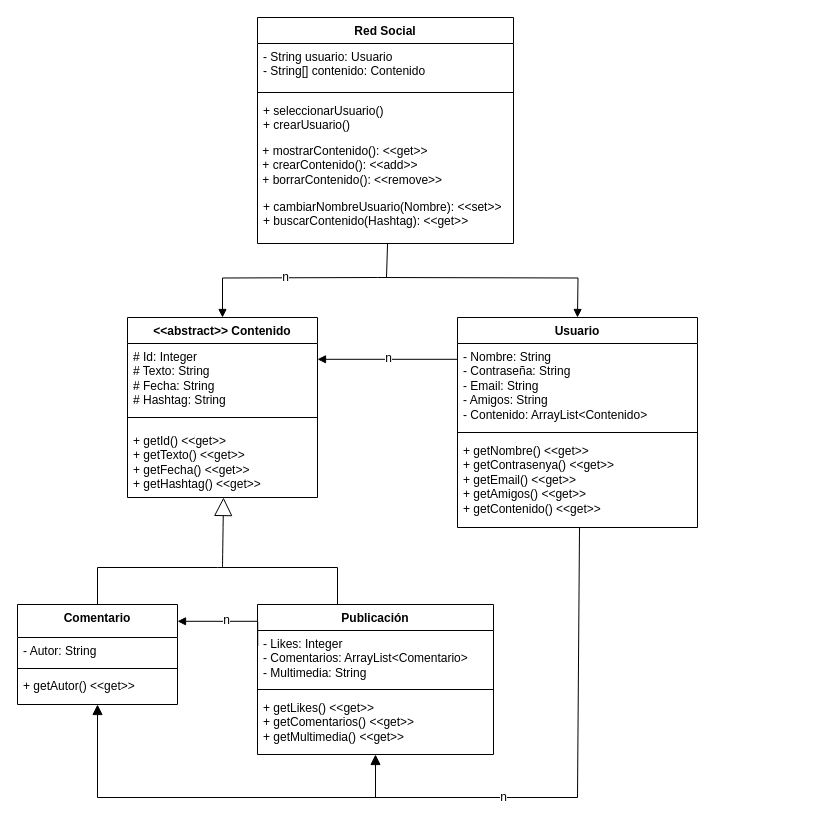
The draw.io diagram diag/dc.drawio in Kore29/Program-Whale, before the edit. Source tidied: cells renumbered, new cells numbered last; positions are measured from the earlier drawing's top-left corner, leaving out a move shared by most shapes. Both pictures are drawn from the tidied source at 100%, with x=0, y=0 at pixel (17, 17).
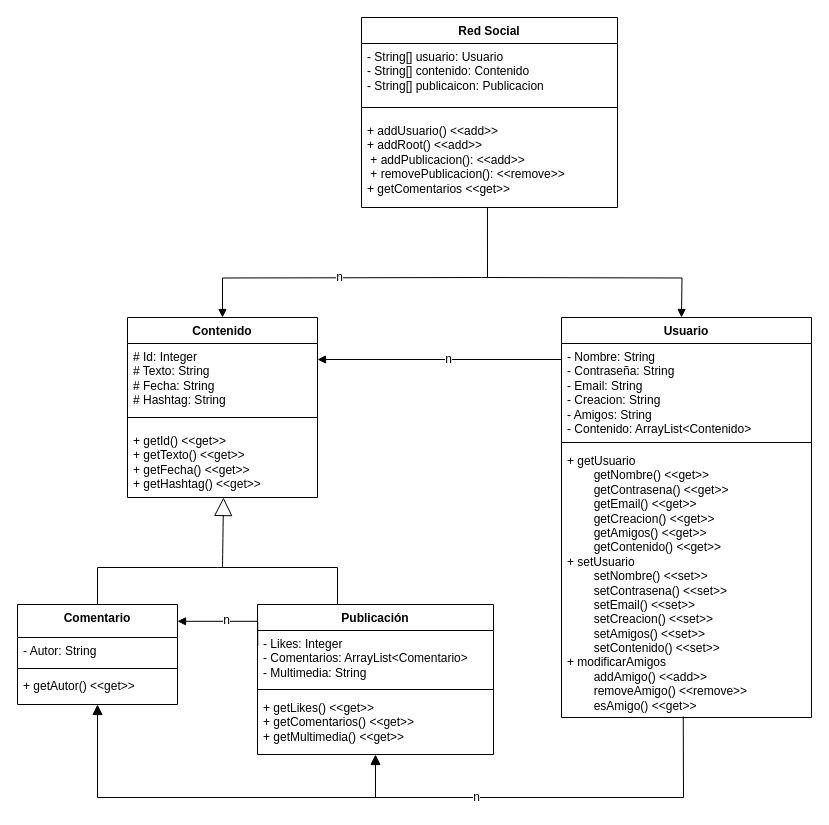
Above is the later version.

The change refers to these unchanged cells:
```xml
<mxCell id="25" value="Publicación" style="swimlane;fontStyle=1;align=center;verticalAlign=top;horizontal=1;startSize=26;whiteSpace=wrap;html=1;" parent="1" vertex="1">
  <mxGeometry x="240" y="587" width="236" height="150" as="geometry" />
</mxCell>
```

Change to the diagram source:
```diff
@@
-    <mxCell id="2" value="&lt;div&gt;&amp;lt;&amp;lt;abstract&amp;gt;&amp;gt; Contenido&lt;/div&gt;&lt;div&gt;&lt;br&gt;&lt;/div&gt;" style="swimlane;fontStyle=1;align=center;verticalAlign=top;horizontal=1;startSize=26;whiteSpace=wrap;html=1;" parent="1" vertex="1">
+    <mxCell id="2" value="&lt;div&gt;Contenido&lt;/div&gt;" style="swimlane;fontStyle=1;align=center;verticalAlign=top;horizontal=1;startSize=26;whiteSpace=wrap;html=1;" parent="1" vertex="1">
       <mxGeometry x="110" y="300" width="190" height="180" as="geometry" />
     </mxCell>
@@
     <mxCell id="6" value="Red Social" style="swimlane;fontStyle=1;align=center;verticalAlign=top;horizontal=1;startSize=26;whiteSpace=wrap;html=1;" parent="1" vertex="1">
-      <mxGeometry x="240" width="256" height="226" as="geometry" />
+      <mxGeometry x="344" width="256" height="190" as="geometry" />
     </mxCell>
-    <mxCell id="7" value="&lt;div&gt;- String usuario: Usuario&lt;/div&gt;&lt;div&gt;- String[] contenido: Contenido&lt;/div&gt;" style="text;align=left;verticalAlign=top;spacingLeft=4;spacingRight=4;overflow=hidden;whiteSpace=wrap;html=1;" parent="6" vertex="1">
-      <mxGeometry y="26" width="256" height="44" as="geometry" />
+    <mxCell id="7" value="&lt;div&gt;- String[] usuario: Usuario&lt;/div&gt;&lt;div&gt;- String[] contenido: Contenido&lt;/div&gt;&lt;div&gt;- String[] publicaicon: Publicacion&lt;/div&gt;" style="text;align=left;verticalAlign=top;spacingLeft=4;spacingRight=4;overflow=hidden;whiteSpace=wrap;html=1;" parent="6" vertex="1">
+      <mxGeometry y="26" width="256" height="54" as="geometry" />
     </mxCell>
     <mxCell id="8" style="line;strokeWidth=1;fillColor=none;align=left;verticalAlign=middle;spacingTop=-1;spacingLeft=3;spacingRight=3;labelPosition=right;strokeColor=inherit;" parent="6" vertex="1">
-      <mxGeometry y="70" width="256" height="10" as="geometry" />
+      <mxGeometry y="80" width="256" height="20" as="geometry" />
     </mxCell>
-    <mxCell id="9" value="&lt;div&gt;+ seleccionarUsuario()&lt;/div&gt;&lt;div&gt;+ crearUsuario()&lt;/div&gt;" style="text;align=left;verticalAlign=top;spacingLeft=4;spacingRight=4;overflow=hidden;points=[[0,0.5],[1,0.5]];portConstraint=eastwest;whiteSpace=wrap;html=1;" parent="6" vertex="1">
-      <mxGeometry y="80" width="256" height="40" as="geometry" />
+    <mxCell id="9" value="&lt;div&gt;+ addUsuario()&amp;nbsp;&lt;span style=&quot;background-color: transparent; color: light-dark(rgb(0, 0, 0), rgb(255, 255, 255));&quot;&gt;&amp;lt;&amp;lt;add&amp;gt;&amp;gt;&lt;/span&gt;&lt;/div&gt;&lt;div&gt;+ addRoot()&amp;nbsp;&lt;span style=&quot;background-color: transparent; color: light-dark(rgb(0, 0, 0), rgb(255, 255, 255));&quot;&gt;&amp;lt;&amp;lt;add&amp;gt;&amp;gt;&lt;/span&gt;&lt;/div&gt;&lt;div&gt;&amp;nbsp;+ addPublicacion(): &amp;lt;&amp;lt;add&amp;gt;&amp;gt;&lt;br style=&quot;padding: 0px; margin: 0px;&quot;&gt;&amp;nbsp;+ removePublicacion(): &amp;lt;&amp;lt;remove&amp;gt;&amp;gt;&lt;/div&gt;&lt;div&gt;+ getComentarios &amp;lt;&amp;lt;get&amp;gt;&amp;gt;&lt;/div&gt;" style="text;align=left;verticalAlign=top;spacingLeft=4;spacingRight=4;overflow=hidden;points=[[0,0.5],[1,0.5]];portConstraint=eastwest;whiteSpace=wrap;html=1;" parent="6" vertex="1">
+      <mxGeometry y="100" width="256" height="90" as="geometry" />
     </mxCell>
-    <mxCell id="10" value=" + mostrarContenido(): &lt;&lt;get&gt;&gt;&#10; + crearContenido(): &lt;&lt;add&gt;&gt;&#10; + borrarContenido(): &lt;&lt;remove&gt;&gt;" style="text;whiteSpace=wrap;fillColor=none;fontColor=default;" parent="6" vertex="1">
-      <mxGeometry y="120" width="256" height="56" as="geometry" />
-    </mxCell>
-    <mxCell id="11" value="&lt;div&gt;&lt;span style=&quot;background-color: transparent; color: light-dark(rgb(0, 0, 0), rgb(255, 255, 255));&quot;&gt;+ cambiarNombreUsuario(Nombre): &amp;lt;&amp;lt;set&amp;gt;&amp;gt;&lt;/span&gt;&lt;/div&gt;&lt;div&gt;+ buscarContenido(Hashtag): &amp;lt;&amp;lt;get&amp;gt;&amp;gt;&lt;/div&gt;" style="text;align=left;verticalAlign=top;spacingLeft=4;spacingRight=4;overflow=hidden;points=[[0,0.5],[1,0.5]];portConstraint=eastwest;whiteSpace=wrap;html=1;" parent="6" vertex="1">
-      <mxGeometry y="176" width="256" height="50" as="geometry" />
-    </mxCell>
     <mxCell id="12" value="Usuario" style="swimlane;fontStyle=1;align=center;verticalAlign=top;horizontal=1;startSize=26;whiteSpace=wrap;html=1;" parent="1" vertex="1">
-      <mxGeometry x="440" y="300" width="240" height="210" as="geometry" />
+      <mxGeometry x="544" y="300" width="250" height="400" as="geometry" />
     </mxCell>
-    <mxCell id="13" value="&lt;div&gt;- Nombre: String&lt;/div&gt;&lt;div&gt;- Contraseña: String&lt;/div&gt;&lt;div&gt;- Email: String&lt;/div&gt;&lt;div&gt;- Amigos: String&lt;/div&gt;&lt;div&gt;- Contenido: ArrayList&amp;lt;&lt;span style=&quot;background-color: transparent; color: light-dark(rgb(0, 0, 0), rgb(255, 255, 255));&quot;&gt;Contenido&lt;/span&gt;&lt;span style=&quot;background-color: transparent; color: light-dark(rgb(0, 0, 0), rgb(255, 255, 255));&quot;&gt;&amp;gt;&amp;nbsp;&lt;/span&gt;&lt;/div&gt;&lt;div&gt;&lt;br&gt;&lt;/div&gt;" style="text;strokeColor=none;fillColor=none;align=left;verticalAlign=top;spacingLeft=4;spacingRight=4;overflow=hidden;whiteSpace=wrap;html=1;" parent="12" vertex="1">
-      <mxGeometry y="26" width="240" height="84" as="geometry" />
+    <mxCell id="13" value="&lt;div&gt;- Nombre: String&lt;/div&gt;&lt;div&gt;- Contraseña: String&lt;/div&gt;&lt;div&gt;- Email: String&lt;/div&gt;&lt;div&gt;- Creacion: String&lt;/div&gt;&lt;div&gt;- Amigos: String&lt;/div&gt;&lt;div&gt;- Contenido: ArrayList&amp;lt;&lt;span style=&quot;background-color: transparent; color: light-dark(rgb(0, 0, 0), rgb(255, 255, 255));&quot;&gt;Contenido&lt;/span&gt;&lt;span style=&quot;background-color: transparent; color: light-dark(rgb(0, 0, 0), rgb(255, 255, 255));&quot;&gt;&amp;gt;&amp;nbsp;&lt;/span&gt;&lt;/div&gt;&lt;div&gt;&lt;br&gt;&lt;/div&gt;" style="text;strokeColor=none;fillColor=none;align=left;verticalAlign=top;spacingLeft=4;spacingRight=4;overflow=hidden;whiteSpace=wrap;html=1;" parent="12" vertex="1">
+      <mxGeometry y="26" width="250" height="94" as="geometry" />
     </mxCell>
     <mxCell id="14" style="line;strokeWidth=1;fillColor=none;align=left;verticalAlign=middle;spacingTop=-1;spacingLeft=3;spacingRight=3;labelPosition=right;strokeColor=inherit;" parent="12" vertex="1">
-      <mxGeometry y="110" width="240" height="10" as="geometry" />
+      <mxGeometry y="120" width="250" height="10" as="geometry" />
     </mxCell>
-    <mxCell id="15" value="&lt;div&gt;+ getNombre()&amp;nbsp;&lt;span style=&quot;background-color: transparent; color: light-dark(rgb(0, 0, 0), rgb(255, 255, 255));&quot;&gt;&amp;lt;&amp;lt;get&amp;gt;&amp;gt;&lt;/span&gt;&lt;/div&gt;&lt;div&gt;+ getContrasenya()&amp;nbsp;&lt;span style=&quot;background-color: transparent; color: light-dark(rgb(0, 0, 0), rgb(255, 255, 255));&quot;&gt;&amp;lt;&amp;lt;get&amp;gt;&amp;gt;&lt;/span&gt;&lt;/div&gt;&lt;div&gt;+ getEmail()&amp;nbsp;&lt;span style=&quot;background-color: transparent; color: light-dark(rgb(0, 0, 0), rgb(255, 255, 255));&quot;&gt;&amp;lt;&amp;lt;get&amp;gt;&amp;gt;&lt;/span&gt;&lt;/div&gt;&lt;div&gt;+ getAmigos()&amp;nbsp;&lt;span style=&quot;background-color: transparent; color: light-dark(rgb(0, 0, 0), rgb(255, 255, 255));&quot;&gt;&amp;lt;&amp;lt;get&amp;gt;&amp;gt;&lt;/span&gt;&lt;/div&gt;&lt;div&gt;+ getContenido()&amp;nbsp;&lt;span style=&quot;background-color: transparent; color: light-dark(rgb(0, 0, 0), rgb(255, 255, 255));&quot;&gt;&amp;lt;&amp;lt;get&amp;gt;&amp;gt;&lt;/span&gt;&lt;/div&gt;" style="text;strokeColor=none;fillColor=none;align=left;verticalAlign=top;spacingLeft=4;spacingRight=4;overflow=hidden;points=[[0,0.5],[1,0.5]];portConstraint=eastwest;whiteSpace=wrap;html=1;" parent="12" vertex="1">
-      <mxGeometry y="120" width="240" height="90" as="geometry" />
+    <mxCell id="15" value="&lt;div&gt;+ getUsuario&lt;/div&gt;&lt;div&gt;&lt;span style=&quot;white-space: pre;&quot;&gt;&#9;&lt;/span&gt;&lt;span style=&quot;background-color: transparent;&quot;&gt;getNombre()&amp;nbsp;&lt;/span&gt;&lt;span style=&quot;background-color: transparent; color: light-dark(rgb(0, 0, 0), rgb(255, 255, 255));&quot;&gt;&amp;lt;&amp;lt;get&amp;gt;&amp;gt;&lt;/span&gt;&lt;br&gt;&lt;/div&gt;&lt;div&gt;&lt;span style=&quot;background-color: transparent;&quot;&gt;&lt;span style=&quot;white-space: pre;&quot;&gt;&#9;&lt;/span&gt;&lt;/span&gt;&lt;span style=&quot;background-color: transparent;&quot;&gt;getContrasena()&amp;nbsp;&lt;/span&gt;&lt;span style=&quot;background-color: transparent; color: light-dark(rgb(0, 0, 0), rgb(255, 255, 255));&quot;&gt;&amp;lt;&amp;lt;get&amp;gt;&amp;gt;&lt;/span&gt;&lt;/div&gt;&lt;div&gt;&lt;span style=&quot;background-color: transparent; color: light-dark(rgb(0, 0, 0), rgb(255, 255, 255));&quot;&gt;&lt;span style=&quot;white-space: pre;&quot;&gt;&#9;&lt;/span&gt;getEmail()&amp;nbsp;&lt;/span&gt;&lt;span style=&quot;background-color: transparent; color: light-dark(rgb(0, 0, 0), rgb(255, 255, 255));&quot;&gt;&amp;lt;&amp;lt;get&amp;gt;&amp;gt;&lt;/span&gt;&lt;/div&gt;&lt;div&gt;&lt;span style=&quot;background-color: transparent; color: light-dark(rgb(0, 0, 0), rgb(255, 255, 255));&quot;&gt;&lt;span style=&quot;white-space: pre;&quot;&gt;&#9;&lt;/span&gt;getCreacion()&amp;nbsp;&lt;/span&gt;&lt;span style=&quot;background-color: transparent; color: light-dark(rgb(0, 0, 0), rgb(255, 255, 255));&quot;&gt;&amp;lt;&amp;lt;get&amp;gt;&amp;gt;&lt;/span&gt;&lt;/div&gt;&lt;div&gt;&lt;span style=&quot;background-color: transparent; color: light-dark(rgb(0, 0, 0), rgb(255, 255, 255));&quot;&gt;&lt;span style=&quot;white-space: pre;&quot;&gt;&#9;&lt;/span&gt;getAmigos()&amp;nbsp;&lt;/span&gt;&lt;span style=&quot;background-color: transparent; color: light-dark(rgb(0, 0, 0), rgb(255, 255, 255));&quot;&gt;&amp;lt;&amp;lt;get&amp;gt;&amp;gt;&lt;/span&gt;&lt;/div&gt;&lt;div&gt;&lt;span style=&quot;background-color: transparent; color: light-dark(rgb(0, 0, 0), rgb(255, 255, 255));&quot;&gt;&lt;span style=&quot;white-space: pre;&quot;&gt;&#9;&lt;/span&gt;getContenido()&amp;nbsp;&lt;/span&gt;&lt;span style=&quot;background-color: transparent; color: light-dark(rgb(0, 0, 0), rgb(255, 255, 255));&quot;&gt;&amp;lt;&amp;lt;get&amp;gt;&amp;gt;&lt;/span&gt;&lt;/div&gt;&lt;div&gt;+ setUsuario&lt;/div&gt;&lt;div&gt;&lt;div&gt;&lt;span style=&quot;background-color: transparent;&quot;&gt;&lt;span style=&quot;white-space: pre;&quot;&gt;&#9;&lt;/span&gt;setNombre()&amp;nbsp;&lt;/span&gt;&lt;span style=&quot;background-color: transparent; color: light-dark(rgb(0, 0, 0), rgb(255, 255, 255));&quot;&gt;&amp;lt;&amp;lt;set&amp;gt;&amp;gt;&lt;/span&gt;&lt;br&gt;&lt;/div&gt;&lt;div&gt;&lt;span style=&quot;background-color: transparent;&quot;&gt;&lt;span style=&quot;white-space: pre;&quot;&gt;&#9;&lt;/span&gt;s&lt;/span&gt;&lt;span style=&quot;background-color: transparent;&quot;&gt;etContrasena()&amp;nbsp;&lt;/span&gt;&lt;span style=&quot;background-color: transparent; color: light-dark(rgb(0, 0, 0), rgb(255, 255, 255));&quot;&gt;&amp;lt;&amp;lt;set&amp;gt;&amp;gt;&lt;/span&gt;&lt;/div&gt;&lt;div&gt;&lt;span style=&quot;background-color: transparent; color: light-dark(rgb(0, 0, 0), rgb(255, 255, 255));&quot;&gt;&lt;span style=&quot;white-space: pre;&quot;&gt;&#9;&lt;/span&gt;setEmail()&amp;nbsp;&lt;/span&gt;&lt;span style=&quot;background-color: transparent; color: light-dark(rgb(0, 0, 0), rgb(255, 255, 255));&quot;&gt;&amp;lt;&amp;lt;set&amp;gt;&amp;gt;&lt;/span&gt;&lt;/div&gt;&lt;div&gt;&lt;span style=&quot;background-color: transparent; color: light-dark(rgb(0, 0, 0), rgb(255, 255, 255));&quot;&gt;&lt;span style=&quot;white-space: pre;&quot;&gt;&#9;&lt;/span&gt;setCreacion()&amp;nbsp;&lt;/span&gt;&lt;span style=&quot;background-color: transparent; color: light-dark(rgb(0, 0, 0), rgb(255, 255, 255));&quot;&gt;&amp;lt;&amp;lt;set&amp;gt;&amp;gt;&lt;/span&gt;&lt;/div&gt;&lt;div&gt;&lt;span style=&quot;background-color: transparent; color: light-dark(rgb(0, 0, 0), rgb(255, 255, 255));&quot;&gt;&lt;span style=&quot;white-space: pre;&quot;&gt;&#9;&lt;/span&gt;setAmigos()&amp;nbsp;&lt;/span&gt;&lt;span style=&quot;background-color: transparent; color: light-dark(rgb(0, 0, 0), rgb(255, 255, 255));&quot;&gt;&amp;lt;&amp;lt;set&amp;gt;&amp;gt;&lt;/span&gt;&lt;/div&gt;&lt;div&gt;&lt;span style=&quot;background-color: transparent; color: light-dark(rgb(0, 0, 0), rgb(255, 255, 255));&quot;&gt;&lt;span style=&quot;white-space: pre;&quot;&gt;&#9;&lt;/span&gt;setContenido()&amp;nbsp;&lt;/span&gt;&lt;span style=&quot;background-color: transparent; color: light-dark(rgb(0, 0, 0), rgb(255, 255, 255));&quot;&gt;&amp;lt;&amp;lt;set&amp;gt;&amp;gt;&lt;/span&gt;&lt;/div&gt;&lt;/div&gt;&lt;div&gt;+ modificarAmigos&amp;nbsp;&lt;/div&gt;&lt;div&gt;&lt;span style=&quot;white-space: pre;&quot;&gt;&#9;&lt;/span&gt;addAmigo()&amp;nbsp;&lt;span style=&quot;background-color: transparent; color: light-dark(rgb(0, 0, 0), rgb(255, 255, 255));&quot;&gt;&amp;lt;&amp;lt;add&amp;gt;&amp;gt;&lt;/span&gt;&lt;/div&gt;&lt;div&gt;&lt;span style=&quot;white-space: pre;&quot;&gt;&#9;&lt;/span&gt;removeAmigo()&amp;nbsp;&lt;span style=&quot;background-color: transparent; color: light-dark(rgb(0, 0, 0), rgb(255, 255, 255));&quot;&gt;&amp;lt;&amp;lt;remove&amp;gt;&amp;gt;&lt;/span&gt;&lt;/div&gt;&lt;div&gt;&lt;span style=&quot;white-space: pre;&quot;&gt;&#9;&lt;/span&gt;esAmigo() &amp;lt;&amp;lt;get&amp;gt;&amp;gt;&lt;/div&gt;" style="text;strokeColor=none;fillColor=none;align=left;verticalAlign=top;spacingLeft=4;spacingRight=4;overflow=hidden;points=[[0,0.5],[1,0.5]];portConstraint=eastwest;whiteSpace=wrap;html=1;" parent="12" vertex="1">
+      <mxGeometry y="130" width="250" height="270" as="geometry" />
     </mxCell>
@@
     <mxCell id="18" style="endArrow=block;endFill=1;html=1;edgeStyle=orthogonalEdgeStyle;align=left;verticalAlign=top;rounded=0;entryX=0.5;entryY=0;entryDx=0;entryDy=0;" parent="1" edge="1">
       <mxGeometry x="-1" y="-64" relative="1" as="geometry">
-        <mxPoint x="360" y="260" as="sourcePoint" />
-        <mxPoint x="560" y="300" as="targetPoint" />
+        <mxPoint x="464" y="260" as="sourcePoint" />
+        <mxPoint x="664" y="300" as="targetPoint" />
         <mxPoint x="-40" y="-14" as="offset" />
       </mxGeometry>
     </mxCell>
     <mxCell id="19" style="endArrow=block;endFill=1;html=1;edgeStyle=orthogonalEdgeStyle;align=left;verticalAlign=top;rounded=0;" parent="1" edge="1" target="2">
       <mxGeometry x="-1" y="80" relative="1" as="geometry">
-        <mxPoint x="360" y="260" as="sourcePoint" />
+        <mxPoint x="464" y="260" as="sourcePoint" />
         <mxPoint x="80" y="-80" as="offset" />
       </mxGeometry>
     </mxCell>
@@
-    <mxCell id="32" style="html=1;verticalAlign=bottom;endArrow=block;curved=0;rounded=0;fontSize=12;startSize=8;endSize=8;entryX=0.5;entryY=1;entryDx=0;entryDy=0;" parent="1" edge="1" target="25">
+    <mxCell id="32" style="html=1;verticalAlign=bottom;endArrow=block;curved=0;rounded=0;fontSize=12;startSize=8;endSize=8;entryX=0.5;entryY=1;entryDx=0;entryDy=0;exitX=0.487;exitY=0.996;exitDx=0;exitDy=0;exitPerimeter=0;" parent="1" edge="1" source="15" target="25">
       <mxGeometry relative="1" as="geometry">
-        <mxPoint x="562" y="510" as="sourcePoint" />
         <Array as="points">
-          <mxPoint x="560" y="780" />
+          <mxPoint x="666" y="780" />
+          <mxPoint x="462" y="780" />
           <mxPoint x="358" y="780" />
         </Array>
       </mxGeometry>
     </mxCell>
@@
     <mxCell id="35" style="endArrow=block;endFill=1;html=1;edgeStyle=orthogonalEdgeStyle;align=left;verticalAlign=top;rounded=0;" parent="1" edge="1">
       <mxGeometry x="-1" relative="1" as="geometry">
-        <mxPoint x="440" y="340" as="sourcePoint" />
-        <mxPoint x="300" y="341.8" as="targetPoint" />
+        <mxPoint x="544" y="340" as="sourcePoint" />
+        <mxPoint x="300" y="342" as="targetPoint" />
         <Array as="points">
-          <mxPoint x="440" y="341.8" />
+          <mxPoint x="544" y="341.8" />
         </Array>
       </mxGeometry>
     </mxCell>
@@
-    <mxCell id="37" style="endArrow=none;html=1;edgeStyle=orthogonalEdgeStyle;rounded=0;fontSize=12;startSize=8;endSize=8;curved=0;strokeColor=default;exitX=0.508;exitY=0.999;exitDx=0;exitDy=0;exitPerimeter=0;" parent="1" edge="1" source="11">
-      <mxGeometry relative="1" as="geometry">
-        <mxPoint x="369" y="260" as="targetPoint" />
-        <Array as="points">
-          <mxPoint x="370" y="260" />
-        </Array>
-      </mxGeometry>
-    </mxCell>
+    <mxCell id="38" style="endArrow=none;html=1;rounded=0;entryX=0.492;entryY=1.003;entryDx=0;entryDy=0;entryPerimeter=0;" parent="1" edge="1" target="9">
+      <mxGeometry relative="1" as="geometry">
+        <mxPoint x="470" y="260" as="sourcePoint" />
+      </mxGeometry>
+    </mxCell>
```
